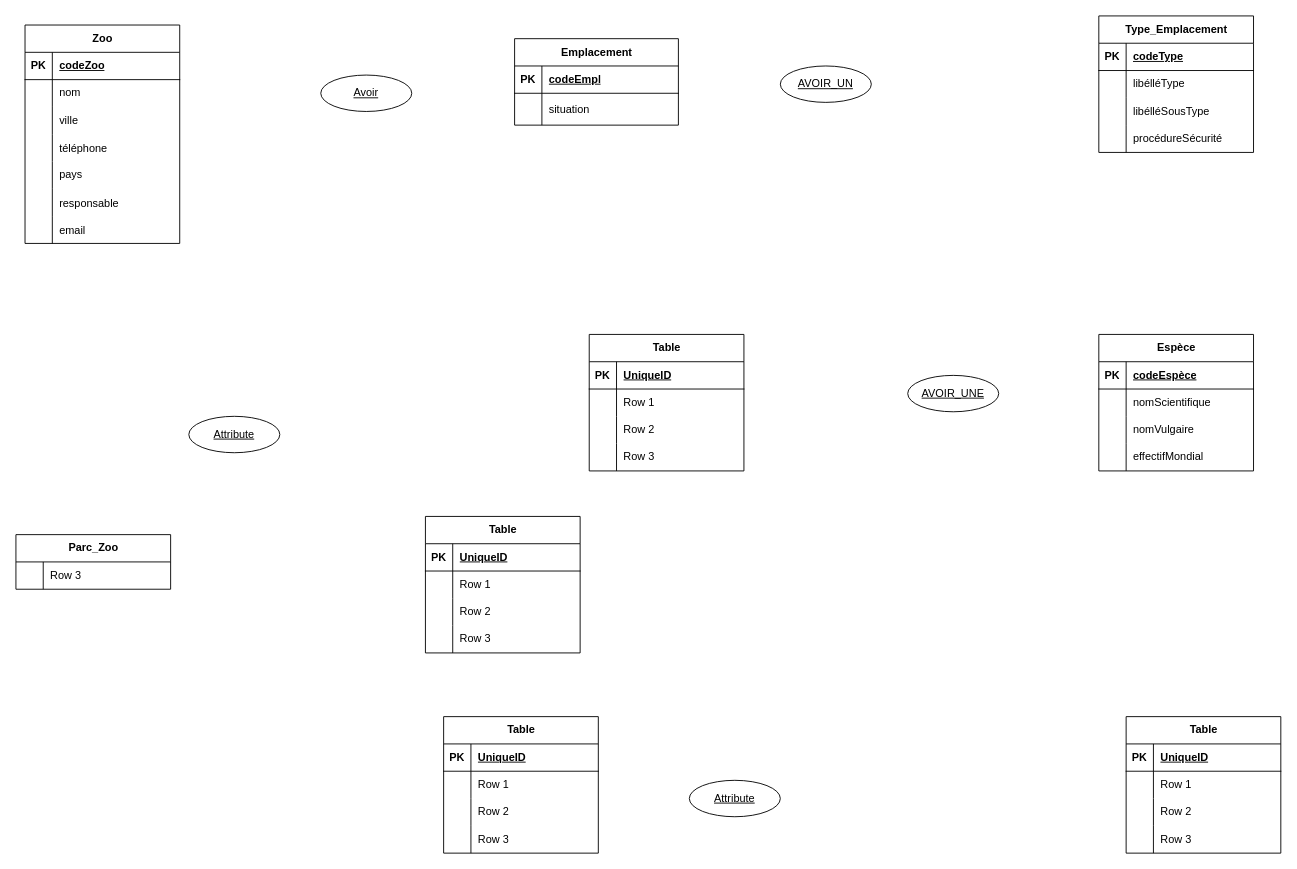
The draw.io diagram BD.drawio in NolhanKG/Test1, before the edit. Source tidied: cells renumbered, new cells numbered last; positions are measured from the earlier drawing's top-left corner, leaving out a move shared by most shapes. Both pictures are drawn from the tidied source at 91%, with x=0, y=0 at pixel (15, 15).
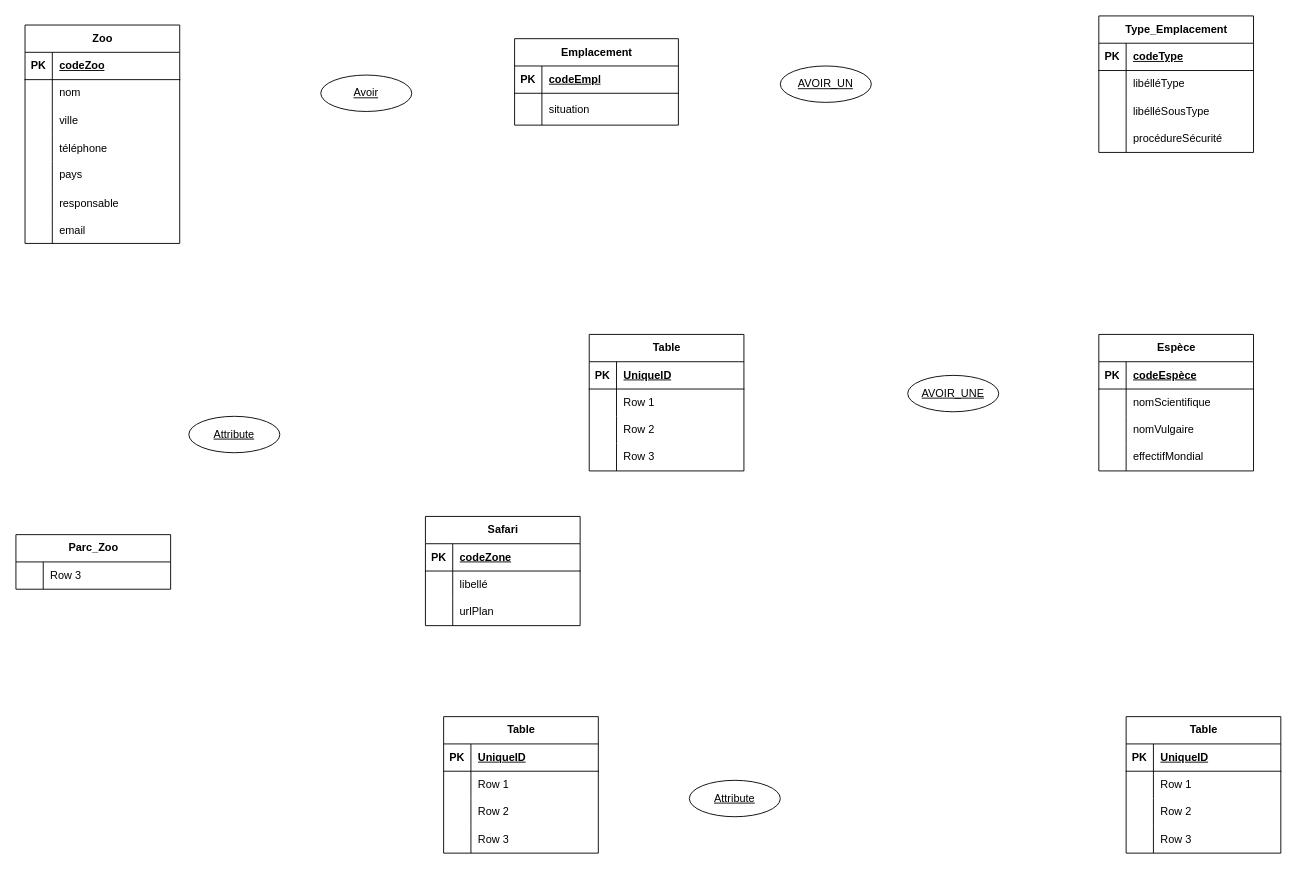
Above is the later version.

Commit message:
Mettre à jour BD.drawio

The change refers to these unchanged cells:
```xml
<mxCell id="33" style="shape=tableRow;horizontal=0;startSize=0;swimlaneHead=0;swimlaneBody=0;fillColor=none;top=0;left=0;right=0;bottom=1;" parent="32" vertex="1">
  <mxGeometry y="30" width="170" height="30" as="geometry" />
</mxCell>
```

The edit, as a diff of the source:
```diff
@@
-    <mxCell id="32" value="Table" style="shape=table;startSize=30;childLayout=tableLayout;rowLines=0;fontStyle=1;align=center;html=1;" parent="1" vertex="1">
-      <mxGeometry x="450" y="550" width="170" height="150" as="geometry" />
+    <mxCell id="32" value="Safari" style="shape=table;startSize=30;childLayout=tableLayout;rowLines=0;fontStyle=1;align=center;html=1;" parent="1" vertex="1">
+      <mxGeometry x="450" y="550" width="170" height="120" as="geometry" />
     </mxCell>
@@
-    <mxCell id="35" value="UniqueID" style="shape=partialRectangle;fillColor=none;top=0;left=0;bottom=0;right=0;align=left;spacingLeft=6;fontStyle=5;overflow=hidden;whiteSpace=wrap;html=1;" parent="33" vertex="1">
+    <mxCell id="35" value="codeZone" style="shape=partialRectangle;fillColor=none;top=0;left=0;bottom=0;right=0;align=left;spacingLeft=6;fontStyle=5;overflow=hidden;whiteSpace=wrap;html=1;" parent="33" vertex="1">
       <mxGeometry x="30" width="140" height="30" as="geometry" />
     </mxCell>
-    <mxCell id="36" style="shape=tableRow;horizontal=0;startSize=0;swimlaneHead=0;swimlaneBody=0;fillColor=none;top=0;left=0;right=0;bottom=0;" parent="32" vertex="1">
-      <mxGeometry y="60" width="170" height="30" as="geometry" />
-    </mxCell>
-    <mxCell id="37" style="shape=partialRectangle;fillColor=none;top=0;left=0;bottom=0;right=0;overflow=hidden;whiteSpace=wrap;html=1;" parent="36" vertex="1">
-      <mxGeometry width="30" height="30" as="geometry" />
-    </mxCell>
-    <mxCell id="38" value="Row 1" style="shape=partialRectangle;fillColor=none;top=0;left=0;bottom=0;right=0;align=left;spacingLeft=6;overflow=hidden;whiteSpace=wrap;html=1;" parent="36" vertex="1">
-      <mxGeometry x="30" width="140" height="30" as="geometry" />
-    </mxCell>
     <mxCell id="39" style="shape=tableRow;horizontal=0;startSize=0;swimlaneHead=0;swimlaneBody=0;fillColor=none;top=0;left=0;right=0;bottom=0;" parent="32" vertex="1">
-      <mxGeometry y="90" width="170" height="30" as="geometry" />
+      <mxGeometry y="60" width="170" height="30" as="geometry" />
     </mxCell>
@@
-    <mxCell id="41" value="Row 2" style="shape=partialRectangle;fillColor=none;top=0;left=0;bottom=0;right=0;align=left;spacingLeft=6;overflow=hidden;whiteSpace=wrap;html=1;" parent="39" vertex="1">
+    <mxCell id="41" value="libellé" style="shape=partialRectangle;fillColor=none;top=0;left=0;bottom=0;right=0;align=left;spacingLeft=6;overflow=hidden;whiteSpace=wrap;html=1;" parent="39" vertex="1">
       <mxGeometry x="30" width="140" height="30" as="geometry" />
     </mxCell>
     <mxCell id="42" style="shape=tableRow;horizontal=0;startSize=0;swimlaneHead=0;swimlaneBody=0;fillColor=none;top=0;left=0;right=0;bottom=0;" parent="32" vertex="1">
-      <mxGeometry y="120" width="170" height="30" as="geometry" />
+      <mxGeometry y="90" width="170" height="30" as="geometry" />
     </mxCell>
@@
-    <mxCell id="44" value="Row 3" style="shape=partialRectangle;fillColor=none;top=0;left=0;bottom=0;right=0;align=left;spacingLeft=6;overflow=hidden;whiteSpace=wrap;html=1;" parent="42" vertex="1">
+    <mxCell id="44" value="urlPlan" style="shape=partialRectangle;fillColor=none;top=0;left=0;bottom=0;right=0;align=left;spacingLeft=6;overflow=hidden;whiteSpace=wrap;html=1;" parent="42" vertex="1">
       <mxGeometry x="30" width="140" height="30" as="geometry" />
     </mxCell>
```
